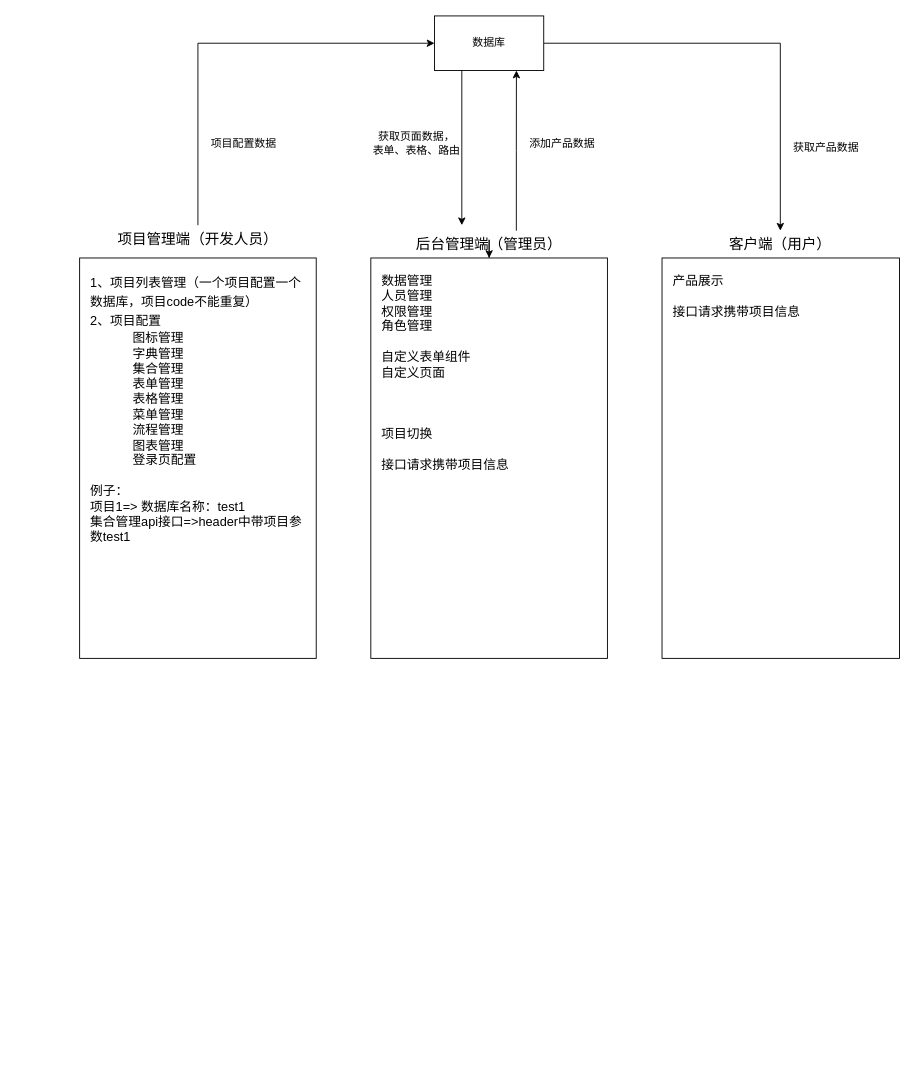
bin-9527/pms-prd keeps this draw.io diagram as drawio/项目管理端.drawio. Above is the earlier version. Source tidied: cells renumbered, new cells numbered last; positions are measured from the earlier drawing's top-left corner, leaving out a move shared by most shapes. Both pictures are drawn from the tidied source at 91%, with x=0, y=0 at pixel (79, 15).
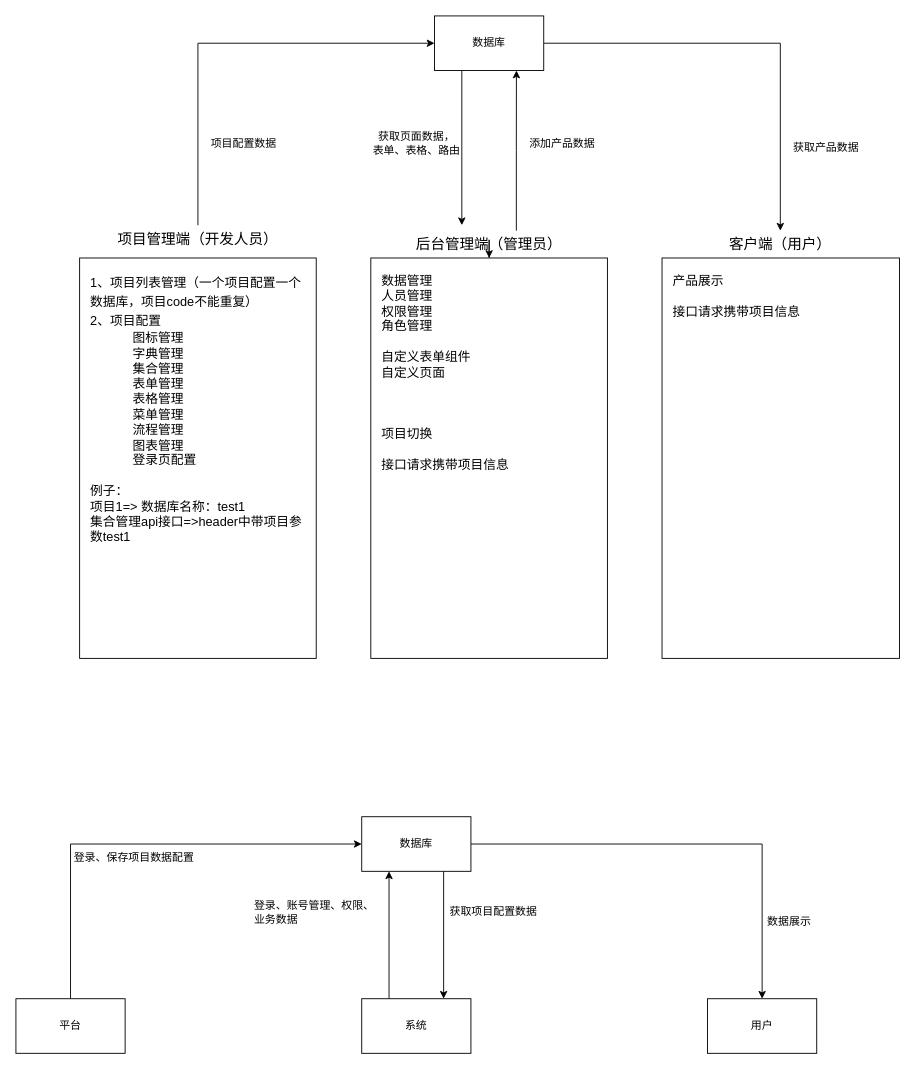
After the change.

Commit message:
更新项目管理端.drawio

What changed in the source:
```diff
@@
+    <mxCell id="18" style="edgeStyle=orthogonalEdgeStyle;rounded=0;jettySize=auto;html=1;entryX=0.75;entryY=0;entryDx=0;entryDy=0;exitX=0.75;exitY=1;exitDx=0;exitDy=0;" parent="1" edge="1" source="20" target="24">
+      <mxGeometry relative="1" as="geometry" />
+    </mxCell>
+    <mxCell id="19" style="edgeStyle=orthogonalEdgeStyle;rounded=0;jettySize=auto;html=1;" parent="1" edge="1" source="20" target="25">
+      <mxGeometry relative="1" as="geometry" />
+    </mxCell>
+    <mxCell id="20" value="数据库" style="whiteSpace=wrap;html=1;" parent="1" vertex="1">
+      <mxGeometry x="310" y="880" width="120" height="60" as="geometry" />
+    </mxCell>
+    <mxCell id="21" style="edgeStyle=orthogonalEdgeStyle;rounded=0;jettySize=auto;html=1;entryX=0;entryY=0.5;entryDx=0;entryDy=0;exitX=0.5;exitY=0;exitDx=0;exitDy=0;" parent="1" edge="1" source="22" target="20">
+      <mxGeometry relative="1" as="geometry" />
+    </mxCell>
+    <mxCell id="22" value="平台" style="whiteSpace=wrap;html=1;" parent="1" vertex="1">
+      <mxGeometry x="-70" y="1080" width="120" height="60" as="geometry" />
+    </mxCell>
+    <mxCell id="23" style="edgeStyle=orthogonalEdgeStyle;rounded=0;jettySize=auto;html=1;entryX=0.25;entryY=1;entryDx=0;entryDy=0;exitX=0.25;exitY=0;exitDx=0;exitDy=0;" parent="1" edge="1" source="24" target="20">
+      <mxGeometry relative="1" as="geometry" />
+    </mxCell>
+    <mxCell id="24" value="系统" style="whiteSpace=wrap;html=1;" parent="1" vertex="1">
+      <mxGeometry x="310" y="1080" width="120" height="60" as="geometry" />
+    </mxCell>
+    <mxCell id="25" value="用户" style="whiteSpace=wrap;html=1;" parent="1" vertex="1">
+      <mxGeometry x="690" y="1080" width="120" height="60" as="geometry" />
+    </mxCell>
+    <mxCell id="26" value="登录、保存项目数据配置" style="text;html=1;whiteSpace=wrap;strokeColor=none;fillColor=none;align=center;verticalAlign=middle;rounded=0;" parent="1" vertex="1">
+      <mxGeometry x="-10" y="910" width="140" height="30" as="geometry" />
+    </mxCell>
+    <mxCell id="27" value="登录、账号管理、权限、业务数据" style="text;html=1;whiteSpace=wrap;strokeColor=none;fillColor=none;align=left;verticalAlign=middle;rounded=0;" parent="1" vertex="1">
+      <mxGeometry x="190" y="970" width="144" height="30" as="geometry" />
+    </mxCell>
+    <mxCell id="28" value="获取项目配置数据" style="text;html=1;whiteSpace=wrap;strokeColor=none;fillColor=none;align=center;verticalAlign=middle;rounded=0;" parent="1" vertex="1">
+      <mxGeometry x="400" y="970" width="110" height="30" as="geometry" />
+    </mxCell>
+    <mxCell id="29" value="数据展示" style="text;html=1;whiteSpace=wrap;strokeColor=none;fillColor=none;align=center;verticalAlign=middle;rounded=0;" parent="1" vertex="1">
+      <mxGeometry x="750" y="980" width="60" height="30" as="geometry" />
+    </mxCell>
```
